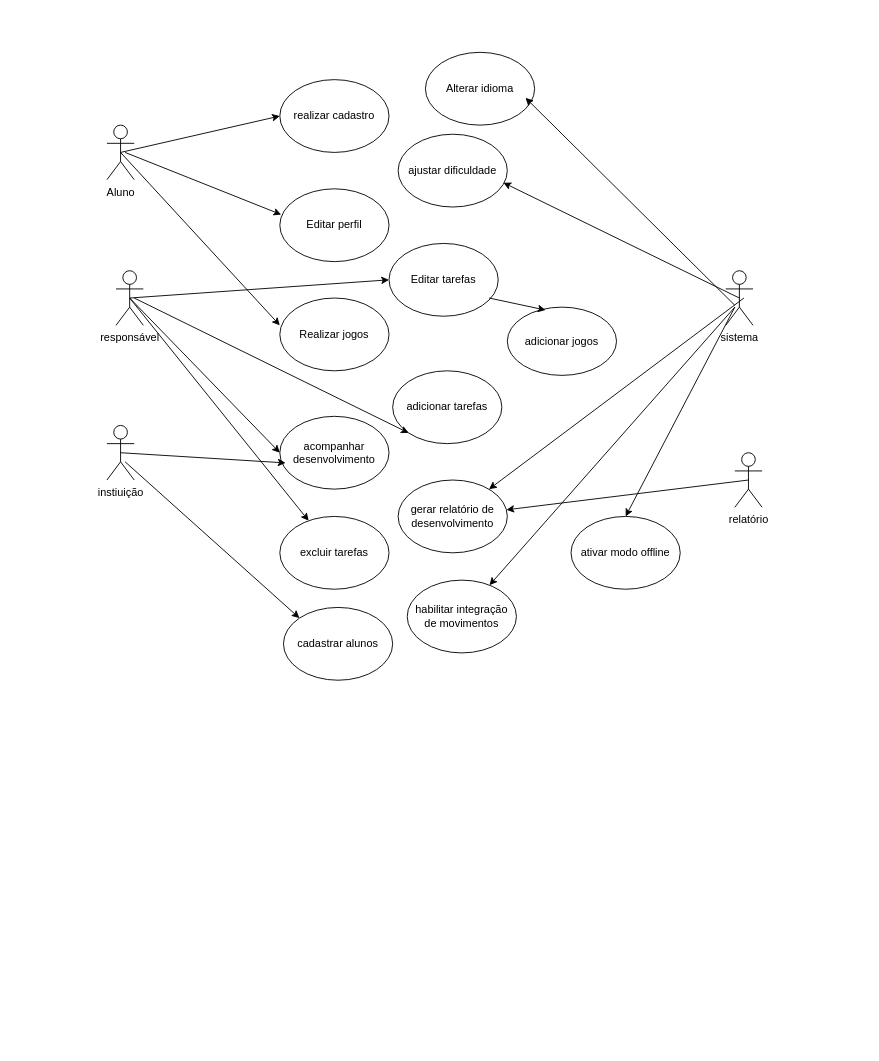
AnaBeatriz191/diagramasderequisitos keeps this draw.io diagram as page "diagrama de casos de uso" (2 of 3) of Diagramaaula.drawio. Above is the earlier version. Source tidied: cells renumbered, new cells numbered last; positions are measured from the earlier drawing's top-left corner, leaving out a move shared by most shapes. Both pictures are drawn from the tidied source at 91%, with x=0, y=0 at pixel (106, 52).
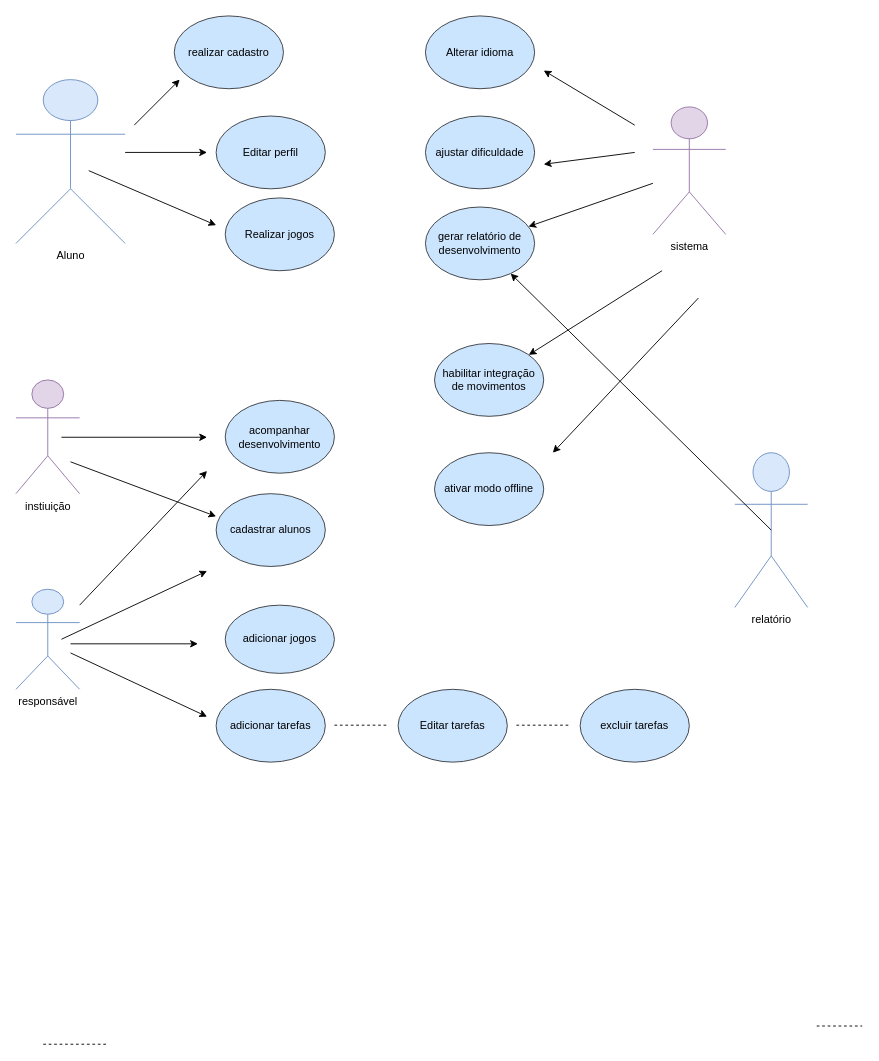
Above is the later version.

The edit, as a diff of the source:
```diff
@@
-    <mxCell id="2" value="Aluno" style="shape=umlActor;verticalLabelPosition=bottom;verticalAlign=top;html=1;outlineConnect=0;" parent="1" vertex="1">
-      <mxGeometry y="80" width="30" height="60" as="geometry" />
+    <mxCell id="2" value="Aluno" style="shape=umlActor;verticalLabelPosition=bottom;verticalAlign=top;html=1;outlineConnect=0;fillColor=#dae8fc;strokeColor=#6c8ebf;" parent="1" vertex="1">
+      <mxGeometry x="-100" y="30" width="120" height="180" as="geometry" />
     </mxCell>
-    <mxCell id="3" value="responsável" style="shape=umlActor;verticalLabelPosition=bottom;verticalAlign=top;html=1;outlineConnect=0;" parent="1" vertex="1">
-      <mxGeometry x="10" y="240" width="30" height="60" as="geometry" />
+    <mxCell id="3" value="responsável" style="shape=umlActor;verticalLabelPosition=bottom;verticalAlign=top;html=1;outlineConnect=0;fillColor=#dae8fc;strokeColor=#6c8ebf;" parent="1" vertex="1">
+      <mxGeometry x="-100" y="590" width="70" height="110" as="geometry" />
     </mxCell>
-    <mxCell id="4" value="instiuição" style="shape=umlActor;verticalLabelPosition=bottom;verticalAlign=top;html=1;outlineConnect=0;" parent="1" vertex="1">
-      <mxGeometry y="410" width="30" height="60" as="geometry" />
+    <mxCell id="4" value="instiuição" style="shape=umlActor;verticalLabelPosition=bottom;verticalAlign=top;html=1;outlineConnect=0;fillColor=#e1d5e7;strokeColor=#9673a6;" parent="1" vertex="1">
+      <mxGeometry x="-100" y="360" width="70" height="125" as="geometry" />
     </mxCell>
-    <mxCell id="5" value="sistema" style="shape=umlActor;verticalLabelPosition=bottom;verticalAlign=top;html=1;outlineConnect=0;" parent="1" vertex="1">
-      <mxGeometry x="680" y="240" width="30" height="60" as="geometry" />
+    <mxCell id="5" value="sistema" style="shape=umlActor;verticalLabelPosition=bottom;verticalAlign=top;html=1;outlineConnect=0;fillColor=#e1d5e7;strokeColor=#9673a6;" parent="1" vertex="1">
+      <mxGeometry x="600" y="60" width="80" height="140" as="geometry" />
     </mxCell>
-    <mxCell id="6" value="relatório" style="shape=umlActor;verticalLabelPosition=bottom;verticalAlign=top;html=1;outlineConnect=0;" parent="1" vertex="1">
-      <mxGeometry x="690" y="440" width="30" height="60" as="geometry" />
+    <mxCell id="6" value="relatório" style="shape=umlActor;verticalLabelPosition=bottom;verticalAlign=top;html=1;outlineConnect=0;fillColor=#dae8fc;strokeColor=#6c8ebf;" parent="1" vertex="1">
+      <mxGeometry x="690" y="440" width="80" height="170" as="geometry" />
     </mxCell>
-    <mxCell id="7" value="Editar perfil" style="ellipse;whiteSpace=wrap;html=1;" parent="1" vertex="1">
-      <mxGeometry x="190" y="150" width="120" height="80" as="geometry" />
+    <mxCell id="7" value="Editar perfil" style="ellipse;whiteSpace=wrap;html=1;fillColor=#cce5ff;strokeColor=#36393d;" parent="1" vertex="1">
+      <mxGeometry x="120" y="70" width="120" height="80" as="geometry" />
     </mxCell>
-    <mxCell id="8" value="realizar cadastro" style="ellipse;whiteSpace=wrap;html=1;" parent="1" vertex="1">
-      <mxGeometry x="190" y="30" width="120" height="80" as="geometry" />
+    <mxCell id="8" value="realizar cadastro" style="ellipse;whiteSpace=wrap;html=1;fillColor=#cce5ff;strokeColor=#36393d;" parent="1" vertex="1">
+      <mxGeometry x="74" y="-40" width="120" height="80" as="geometry" />
     </mxCell>
-    <mxCell id="9" value="Realizar jogos" style="ellipse;whiteSpace=wrap;html=1;" parent="1" vertex="1">
-      <mxGeometry x="190" y="270" width="120" height="80" as="geometry" />
+    <mxCell id="9" value="Realizar jogos" style="ellipse;whiteSpace=wrap;html=1;fillColor=#cce5ff;strokeColor=#36393d;" parent="1" vertex="1">
+      <mxGeometry x="130" y="160" width="120" height="80" as="geometry" />
     </mxCell>
-    <mxCell id="10" value="ajustar dificuldade" style="ellipse;whiteSpace=wrap;html=1;" parent="1" vertex="1">
-      <mxGeometry x="320" y="90" width="120" height="80" as="geometry" />
+    <mxCell id="10" value="ajustar dificuldade" style="ellipse;whiteSpace=wrap;html=1;fillColor=#cce5ff;strokeColor=#36393d;" parent="1" vertex="1">
+      <mxGeometry x="350" y="70" width="120" height="80" as="geometry" />
     </mxCell>
-    <mxCell id="11" value="cadastrar alunos" style="ellipse;whiteSpace=wrap;html=1;" parent="1" vertex="1">
-      <mxGeometry x="194" y="610" width="120" height="80" as="geometry" />
+    <mxCell id="11" value="cadastrar alunos" style="ellipse;whiteSpace=wrap;html=1;fillColor=#cce5ff;strokeColor=#36393d;" parent="1" vertex="1">
+      <mxGeometry x="120" y="485" width="120" height="80" as="geometry" />
     </mxCell>
-    <mxCell id="12" value="excluir tarefas" style="ellipse;whiteSpace=wrap;html=1;" parent="1" vertex="1">
-      <mxGeometry x="190" y="510" width="120" height="80" as="geometry" />
+    <mxCell id="12" value="excluir tarefas" style="ellipse;whiteSpace=wrap;html=1;fillColor=#cce5ff;strokeColor=#36393d;" parent="1" vertex="1">
+      <mxGeometry x="520" y="700" width="120" height="80" as="geometry" />
     </mxCell>
-    <mxCell id="13" value="Editar tarefas" style="ellipse;whiteSpace=wrap;html=1;" parent="1" vertex="1">
-      <mxGeometry x="310" y="210" width="120" height="80" as="geometry" />
+    <mxCell id="13" value="Editar tarefas" style="ellipse;whiteSpace=wrap;html=1;fillColor=#cce5ff;strokeColor=#36393d;" parent="1" vertex="1">
+      <mxGeometry x="320" y="700" width="120" height="80" as="geometry" />
     </mxCell>
-    <mxCell id="14" value="adicionar tarefas" style="ellipse;whiteSpace=wrap;html=1;" parent="1" vertex="1">
-      <mxGeometry x="314" y="350" width="120" height="80" as="geometry" />
+    <mxCell id="14" value="adicionar tarefas" style="ellipse;whiteSpace=wrap;html=1;fillColor=#cce5ff;strokeColor=#36393d;" parent="1" vertex="1">
+      <mxGeometry x="120" y="700" width="120" height="80" as="geometry" />
     </mxCell>
-    <mxCell id="15" value="acompanhar desenvolvimento" style="ellipse;whiteSpace=wrap;html=1;" parent="1" vertex="1">
-      <mxGeometry x="190" y="400" width="120" height="80" as="geometry" />
+    <mxCell id="15" value="acompanhar desenvolvimento" style="ellipse;whiteSpace=wrap;html=1;fillColor=#cce5ff;strokeColor=#36393d;" parent="1" vertex="1">
+      <mxGeometry x="130" y="382.5" width="120" height="80" as="geometry" />
     </mxCell>
-    <mxCell id="16" value="adicionar jogos" style="ellipse;whiteSpace=wrap;html=1;" parent="1" vertex="1">
-      <mxGeometry x="440" y="280" width="120" height="75" as="geometry" />
+    <mxCell id="16" value="adicionar jogos" style="ellipse;whiteSpace=wrap;html=1;fillColor=#cce5ff;strokeColor=#36393d;" parent="1" vertex="1">
+      <mxGeometry x="130" y="607.5" width="120" height="75" as="geometry" />
     </mxCell>
-    <mxCell id="17" value="gerar relatório de desenvolvimento" style="ellipse;whiteSpace=wrap;html=1;" parent="1" vertex="1">
-      <mxGeometry x="320" y="470" width="120" height="80" as="geometry" />
+    <mxCell id="17" value="gerar relatório de desenvolvimento" style="ellipse;whiteSpace=wrap;html=1;fillColor=#cce5ff;strokeColor=#36393d;" parent="1" vertex="1">
+      <mxGeometry x="350" y="170" width="120" height="80" as="geometry" />
     </mxCell>
-    <mxCell id="18" value="habilitar integração de movimentos" style="ellipse;whiteSpace=wrap;html=1;" parent="1" vertex="1">
-      <mxGeometry x="330" y="580" width="120" height="80" as="geometry" />
+    <mxCell id="18" value="habilitar integração de movimentos" style="ellipse;whiteSpace=wrap;html=1;fillColor=#cce5ff;strokeColor=#36393d;" parent="1" vertex="1">
+      <mxGeometry x="360" y="320" width="120" height="80" as="geometry" />
     </mxCell>
-    <mxCell id="19" value="ativar modo offline" style="ellipse;whiteSpace=wrap;html=1;" parent="1" vertex="1">
-      <mxGeometry x="510" y="510" width="120" height="80" as="geometry" />
+    <mxCell id="19" value="ativar modo offline" style="ellipse;whiteSpace=wrap;html=1;fillColor=#cce5ff;strokeColor=#36393d;" parent="1" vertex="1">
+      <mxGeometry x="360" y="440" width="120" height="80" as="geometry" />
     </mxCell>
-    <mxCell id="20" value="Alterar idioma" style="ellipse;whiteSpace=wrap;html=1;" parent="1" vertex="1">
-      <mxGeometry x="350" width="120" height="80" as="geometry" />
+    <mxCell id="20" value="Alterar idioma" style="ellipse;whiteSpace=wrap;html=1;fillColor=#cce5ff;strokeColor=#36393d;" parent="1" vertex="1">
+      <mxGeometry x="350" y="-40" width="120" height="80" as="geometry" />
     </mxCell>
-    <mxCell id="21" style="endArrow=classic;html=1;rounded=0;entryX=0;entryY=0.5;entryDx=0;entryDy=0;exitX=0.5;exitY=0.5;exitDx=0;exitDy=0;exitPerimeter=0;" parent="1" edge="1" source="2" target="8">
-      <mxGeometry relative="1" as="geometry" />
-    </mxCell>
-    <mxCell id="22" style="endArrow=classic;html=1;rounded=0;entryX=0.013;entryY=0.354;entryDx=0;entryDy=0;entryPerimeter=0;" parent="1" edge="1" target="7">
+    <mxCell id="22" style="endArrow=classic;html=1;rounded=0;" parent="1" edge="1">
       <mxGeometry relative="1" as="geometry">
         <mxPoint x="20" y="110" as="sourcePoint" />
+        <mxPoint x="110" y="110" as="targetPoint" />
       </mxGeometry>
     </mxCell>
-    <mxCell id="23" style="endArrow=classic;html=1;rounded=0;entryX=0;entryY=0.375;entryDx=0;entryDy=0;entryPerimeter=0;exitX=0.5;exitY=0.5;exitDx=0;exitDy=0;exitPerimeter=0;" parent="1" edge="1" source="2" target="9">
-      <mxGeometry relative="1" as="geometry" />
+    <mxCell id="23" style="endArrow=classic;html=1;rounded=0;" parent="1" edge="1">
+      <mxGeometry relative="1" as="geometry">
+        <mxPoint x="-20" y="130" as="sourcePoint" />
+        <mxPoint x="120" y="190" as="targetPoint" />
+      </mxGeometry>
     </mxCell>
-    <mxCell id="24" style="endArrow=classic;html=1;rounded=0;entryX=0;entryY=0.5;entryDx=0;entryDy=0;exitX=0.5;exitY=0.5;exitDx=0;exitDy=0;exitPerimeter=0;" parent="1" edge="1" source="3" target="15">
-      <mxGeometry relative="1" as="geometry" />
+    <mxCell id="24" style="endArrow=classic;html=1;rounded=0;" parent="1" edge="1">
+      <mxGeometry relative="1" as="geometry">
+        <mxPoint x="-50" y="645" as="sourcePoint" />
+        <mxPoint x="110" y="570" as="targetPoint" />
+      </mxGeometry>
     </mxCell>
-    <mxCell id="25" style="endArrow=classic;html=1;rounded=0;entryX=0.053;entryY=0.64;entryDx=0;entryDy=0;entryPerimeter=0;exitX=0.5;exitY=0.5;exitDx=0;exitDy=0;exitPerimeter=0;" parent="1" edge="1" source="4" target="15">
-      <mxGeometry relative="1" as="geometry" />
+    <mxCell id="25" style="endArrow=classic;html=1;rounded=0;" parent="1" edge="1">
+      <mxGeometry relative="1" as="geometry">
+        <mxPoint x="-50" y="423" as="sourcePoint" />
+        <mxPoint x="110" y="423" as="targetPoint" />
+      </mxGeometry>
     </mxCell>
-    <mxCell id="26" style="endArrow=classic;html=1;rounded=0;entryX=0;entryY=0.5;entryDx=0;entryDy=0;exitX=0.5;exitY=0.5;exitDx=0;exitDy=0;exitPerimeter=0;" parent="1" edge="1" source="3" target="13">
-      <mxGeometry relative="1" as="geometry" />
+    <mxCell id="26" style="endArrow=classic;html=1;rounded=0;" parent="1" edge="1">
+      <mxGeometry relative="1" as="geometry">
+        <mxPoint x="-40" y="650" as="sourcePoint" />
+        <mxPoint x="100" y="650" as="targetPoint" />
+      </mxGeometry>
     </mxCell>
-    <mxCell id="27" style="endArrow=classic;html=1;rounded=0;entryX=0;entryY=1;entryDx=0;entryDy=0;" parent="1" edge="1" target="14">
-      <mxGeometry relative="1" as="geometry">
-        <mxPoint x="30" y="270" as="sourcePoint" />
-      </mxGeometry>
-    </mxCell>
-    <mxCell id="28" style="endArrow=classic;html=1;rounded=0;exitX=0.5;exitY=0.5;exitDx=0;exitDy=0;exitPerimeter=0;" parent="1" edge="1" source="3" target="12">
-      <mxGeometry relative="1" as="geometry" />
+    <mxCell id="28" style="endArrow=classic;html=1;rounded=0;" parent="1" edge="1">
+      <mxGeometry relative="1" as="geometry">
+        <mxPoint x="-40" y="660" as="sourcePoint" />
+        <mxPoint x="110" y="730" as="targetPoint" />
+      </mxGeometry>
     </mxCell>
-    <mxCell id="29" style="endArrow=classic;html=1;rounded=0;entryX=0;entryY=0;entryDx=0;entryDy=0;" parent="1" edge="1" target="11">
+    <mxCell id="29" style="endArrow=classic;html=1;rounded=0;" parent="1" edge="1">
       <mxGeometry relative="1" as="geometry">
-        <mxPoint x="20" y="450" as="sourcePoint" />
+        <mxPoint x="-40" y="450" as="sourcePoint" />
+        <mxPoint x="120" y="510" as="targetPoint" />
       </mxGeometry>
     </mxCell>
-    <mxCell id="30" style="endArrow=classic;html=1;rounded=0;entryX=0.964;entryY=0.666;entryDx=0;entryDy=0;entryPerimeter=0;exitX=0.5;exitY=0.5;exitDx=0;exitDy=0;exitPerimeter=0;" parent="1" edge="1" source="5" target="10">
-      <mxGeometry relative="1" as="geometry" />
+    <mxCell id="30" style="endArrow=classic;html=1;rounded=0;" parent="1" edge="1">
+      <mxGeometry relative="1" as="geometry">
+        <mxPoint x="580" y="110" as="sourcePoint" />
+        <mxPoint x="480" y="123" as="targetPoint" />
+      </mxGeometry>
     </mxCell>
-    <mxCell id="31" style="endArrow=classic;html=1;rounded=0;" parent="1" edge="1" target="17">
-      <mxGeometry relative="1" as="geometry">
-        <mxPoint x="700" y="270" as="sourcePoint" />
-      </mxGeometry>
+    <mxCell id="31" style="endArrow=classic;html=1;rounded=0;" parent="1" edge="1" source="5" target="17">
+      <mxGeometry relative="1" as="geometry" />
     </mxCell>
     <mxCell id="32" style="endArrow=classic;html=1;rounded=0;" parent="1" edge="1" target="18">
       <mxGeometry relative="1" as="geometry">
-        <mxPoint x="690" y="280" as="sourcePoint" />
+        <mxPoint x="610" y="240" as="sourcePoint" />
       </mxGeometry>
     </mxCell>
-    <mxCell id="33" style="endArrow=classic;html=1;rounded=0;entryX=0.35;entryY=0.043;entryDx=0;entryDy=0;entryPerimeter=0;" parent="1" edge="1" target="16">
-      <mxGeometry relative="1" as="geometry">
-        <mxPoint x="420" y="270" as="sourcePoint" />
-      </mxGeometry>
-    </mxCell>
     <mxCell id="34" style="endArrow=classic;html=1;rounded=0;" parent="1" edge="1">
       <mxGeometry relative="1" as="geometry">
-        <mxPoint x="690" y="278" as="sourcePoint" />
-        <mxPoint x="460" y="50" as="targetPoint" />
+        <mxPoint x="580" y="80" as="sourcePoint" />
+        <mxPoint x="480" y="20" as="targetPoint" />
       </mxGeometry>
     </mxCell>
-    <mxCell id="35" style="endArrow=classic;html=1;rounded=0;entryX=0.5;entryY=0;entryDx=0;entryDy=0;" parent="1" edge="1" target="19">
+    <mxCell id="35" style="endArrow=classic;html=1;rounded=0;" parent="1" edge="1">
       <mxGeometry relative="1" as="geometry">
-        <mxPoint x="690" y="280" as="sourcePoint" />
+        <mxPoint x="650" y="270" as="sourcePoint" />
+        <mxPoint x="490" y="440" as="targetPoint" />
       </mxGeometry>
     </mxCell>
@@
+    <mxCell id="37" style="endArrow=none;dashed=1;html=1;rounded=0;" parent="1" edge="1">
+      <mxGeometry relative="1" as="geometry">
+        <mxPoint x="780" y="1070" as="sourcePoint" />
+        <mxPoint x="830" y="1070" as="targetPoint" />
+      </mxGeometry>
+    </mxCell>
+    <mxCell id="38" style="endArrow=none;dashed=1;html=1;rounded=0;" parent="1" edge="1">
+      <mxGeometry relative="1" as="geometry">
+        <mxPoint x="-70" y="1090" as="sourcePoint" />
+        <mxPoint y="1090" as="targetPoint" />
+      </mxGeometry>
+    </mxCell>
+    <mxCell id="39" style="endArrow=classic;html=1;rounded=0;" parent="1" edge="1">
+      <mxGeometry relative="1" as="geometry">
+        <mxPoint x="30" y="80" as="sourcePoint" />
+        <mxPoint x="80" y="30" as="targetPoint" />
+      </mxGeometry>
+    </mxCell>
+    <mxCell id="40" style="endArrow=none;dashed=1;html=1;rounded=0;" parent="1" edge="1">
+      <mxGeometry relative="1" as="geometry">
+        <mxPoint x="250" y="739.4" as="sourcePoint" />
+        <mxPoint x="310" y="739.4" as="targetPoint" />
+      </mxGeometry>
+    </mxCell>
+    <mxCell id="41" style="endArrow=none;dashed=1;html=1;rounded=0;" parent="1" edge="1">
+      <mxGeometry relative="1" as="geometry">
+        <mxPoint x="450" y="739.4" as="sourcePoint" />
+        <mxPoint x="510" y="739.4" as="targetPoint" />
+      </mxGeometry>
+    </mxCell>
+    <mxCell id="42" style="endArrow=classic;html=1;rounded=0;" parent="1" edge="1">
+      <mxGeometry relative="1" as="geometry">
+        <mxPoint x="-30" y="607.5" as="sourcePoint" />
+        <mxPoint x="110" y="460" as="targetPoint" />
+      </mxGeometry>
+    </mxCell>
```
